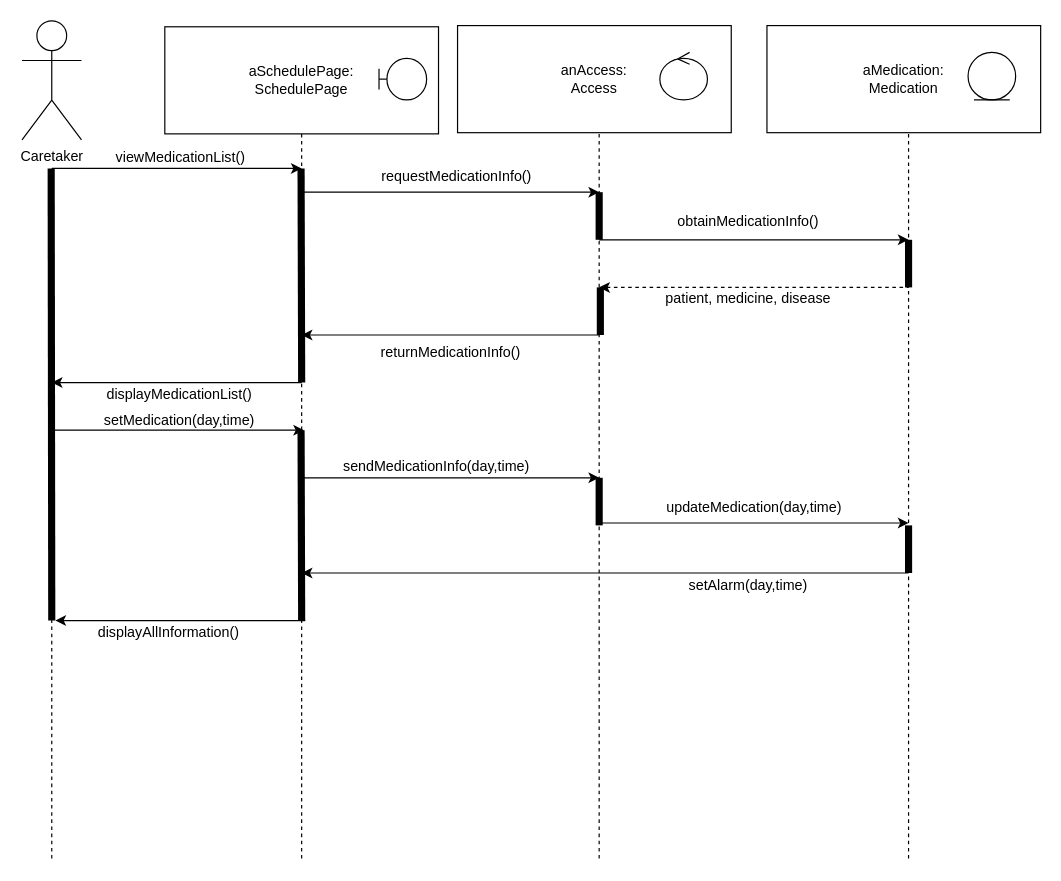
justn0thinghere/drawio keeps this draw.io diagram as wia2002tuto6q6.drawio. Above is the earlier version. Source tidied: cells renumbered, new cells numbered last; positions are measured from the earlier drawing's top-left corner, leaving out a move shared by most shapes. Both pictures are drawn from the tidied source at 119%, with x=0, y=0 at pixel (21, 20).
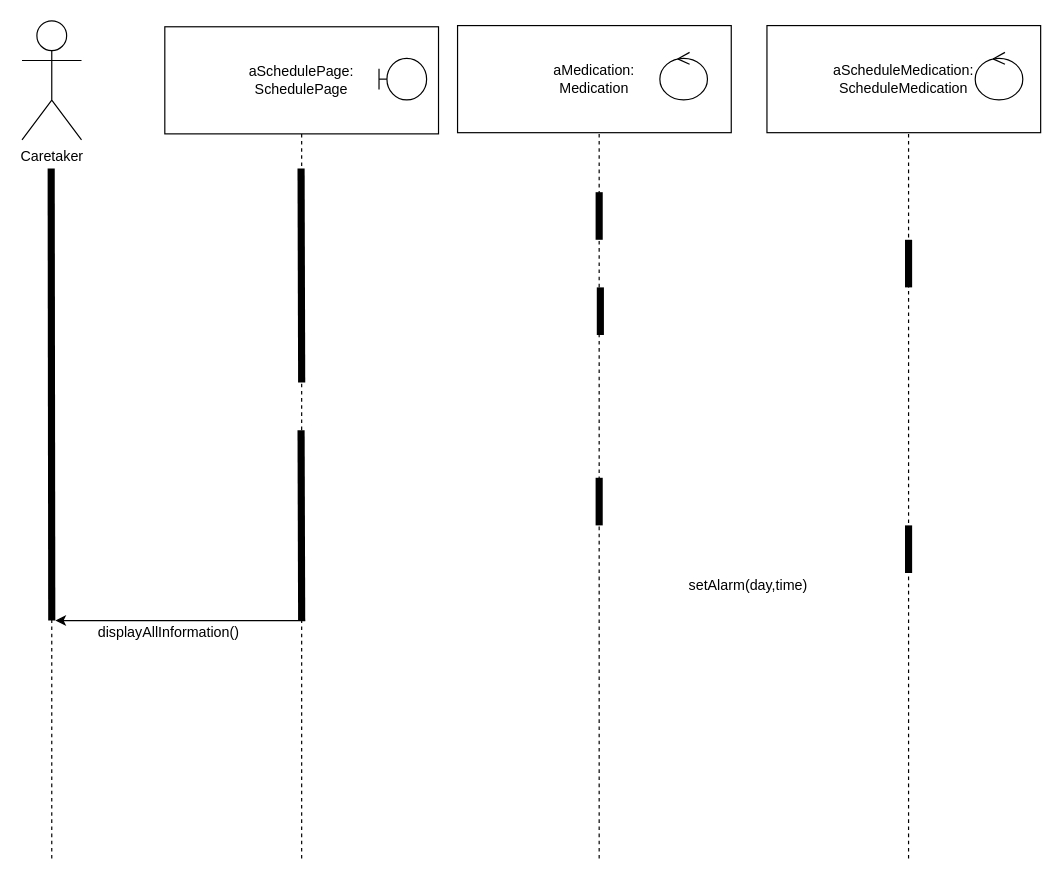
The same page after the edit.

The edit, as a diff of the source:
```diff
@@
-    <mxCell id="4" value="anAccess:&lt;div&gt;Access&lt;/div&gt;" style="html=1;whiteSpace=wrap;" parent="1" vertex="1">
+    <mxCell id="4" value="aMedication:&lt;div&gt;Medication&lt;/div&gt;" style="html=1;whiteSpace=wrap;" parent="1" vertex="1">
       <mxGeometry x="366" y="4" width="230" height="90" as="geometry" />
     </mxCell>
@@
-    <mxCell id="7" value="aMedication:&lt;div&gt;Medication&lt;/div&gt;" style="html=1;whiteSpace=wrap;" parent="1" vertex="1">
+    <mxCell id="7" value="aScheduleMedication:&lt;div&gt;ScheduleMedication&lt;/div&gt;" style="html=1;whiteSpace=wrap;" parent="1" vertex="1">
       <mxGeometry x="626" y="4" width="230" height="90" as="geometry" />
     </mxCell>
-    <mxCell id="8" style="ellipse;shape=umlEntity;whiteSpace=wrap;html=1;" parent="1" vertex="1">
-      <mxGeometry x="795" y="26.5" width="40" height="40" as="geometry" />
-    </mxCell>
@@
-    <mxCell id="15" style="endArrow=classic;html=1;rounded=0;" parent="1" edge="1">
-      <mxGeometry relative="1" as="geometry">
-        <mxPoint x="25" y="124" as="sourcePoint" />
-        <mxPoint x="235" y="124" as="targetPoint" />
-      </mxGeometry>
-    </mxCell>
-    <mxCell id="16" value="viewMedicationList()" style="text;html=1;align=center;verticalAlign=middle;strokeColor=none;fillColor=none;" parent="1" vertex="1">
-      <mxGeometry x="68" y="100" width="130" height="30" as="geometry" />
-    </mxCell>
@@
-    <mxCell id="18" style="endArrow=classic;html=1;rounded=0;" parent="1" edge="1">
-      <mxGeometry relative="1" as="geometry">
-        <mxPoint x="235" y="144" as="sourcePoint" />
-        <mxPoint x="485" y="144" as="targetPoint" />
-      </mxGeometry>
-    </mxCell>
-    <mxCell id="19" value="requestMedicationInfo()" style="text;html=1;align=center;verticalAlign=middle;strokeColor=none;fillColor=none;" parent="1" vertex="1">
-      <mxGeometry x="290" y="116" width="150" height="30" as="geometry" />
-    </mxCell>
-    <mxCell id="20" value="obtainMedicationInfo()" style="text;html=1;align=center;verticalAlign=middle;strokeColor=none;fillColor=none;" parent="1" vertex="1">
-      <mxGeometry x="540" y="154" width="140" height="30" as="geometry" />
-    </mxCell>
@@
-    <mxCell id="22" style="endArrow=classic;html=1;rounded=0;" parent="1" edge="1">
-      <mxGeometry relative="1" as="geometry">
-        <mxPoint x="485" y="184" as="sourcePoint" />
-        <mxPoint x="745" y="184" as="targetPoint" />
-      </mxGeometry>
-    </mxCell>
@@
-    <mxCell id="24" style="endArrow=none;html=1;rounded=0;endFill=0;startArrow=classic;startFill=1;dashed=1;" parent="1" edge="1">
-      <mxGeometry relative="1" as="geometry">
-        <mxPoint x="485" y="224" as="sourcePoint" />
-        <mxPoint x="745" y="224" as="targetPoint" />
-      </mxGeometry>
-    </mxCell>
-    <mxCell id="25" value="patient, medicine, disease" style="text;html=1;align=center;verticalAlign=middle;strokeColor=none;fillColor=none;" parent="1" vertex="1">
-      <mxGeometry x="530" y="219" width="160" height="30" as="geometry" />
-    </mxCell>
-    <mxCell id="26" style="endArrow=none;html=1;rounded=0;endFill=0;startArrow=classic;startFill=1;" parent="1" edge="1">
-      <mxGeometry relative="1" as="geometry">
-        <mxPoint x="235" y="264" as="sourcePoint" />
-        <mxPoint x="485" y="264" as="targetPoint" />
-      </mxGeometry>
-    </mxCell>
-    <mxCell id="27" value="returnMedicationInfo()" style="text;html=1;align=center;verticalAlign=middle;strokeColor=none;fillColor=none;" parent="1" vertex="1">
-      <mxGeometry x="290" y="264" width="140" height="30" as="geometry" />
-    </mxCell>
-    <mxCell id="28" style="endArrow=none;html=1;rounded=0;endFill=0;startArrow=classic;startFill=1;" parent="1" edge="1">
-      <mxGeometry relative="1" as="geometry">
-        <mxPoint x="25" y="304" as="sourcePoint" />
-        <mxPoint x="235" y="304" as="targetPoint" />
-      </mxGeometry>
-    </mxCell>
-    <mxCell id="29" value="displayMedicationList()" style="text;html=1;align=center;verticalAlign=middle;strokeColor=none;fillColor=none;" parent="1" vertex="1">
-      <mxGeometry x="57" y="299" width="150" height="30" as="geometry" />
-    </mxCell>
@@
-    <mxCell id="31" style="endArrow=classic;html=1;rounded=0;" parent="1" edge="1">
-      <mxGeometry relative="1" as="geometry">
-        <mxPoint x="27" y="344" as="sourcePoint" />
-        <mxPoint x="237" y="344" as="targetPoint" />
-      </mxGeometry>
-    </mxCell>
-    <mxCell id="32" value="setMedication(day,time)" style="text;html=1;align=center;verticalAlign=middle;strokeColor=none;fillColor=none;" parent="1" vertex="1">
-      <mxGeometry x="57" y="321" width="150" height="30" as="geometry" />
-    </mxCell>
@@
-    <mxCell id="34" style="endArrow=classic;html=1;rounded=0;" parent="1" edge="1">
-      <mxGeometry relative="1" as="geometry">
-        <mxPoint x="235" y="384" as="sourcePoint" />
-        <mxPoint x="485" y="384" as="targetPoint" />
-      </mxGeometry>
-    </mxCell>
-    <mxCell id="35" value="sendMedicationInfo(day,time)" style="text;html=1;align=center;verticalAlign=middle;strokeColor=none;fillColor=none;" parent="1" vertex="1">
-      <mxGeometry x="258" y="360" width="180" height="30" as="geometry" />
-    </mxCell>
-    <mxCell id="36" style="endArrow=classic;html=1;rounded=0;" parent="1" edge="1">
-      <mxGeometry relative="1" as="geometry">
-        <mxPoint x="485" y="422" as="sourcePoint" />
-        <mxPoint x="745" y="422" as="targetPoint" />
-      </mxGeometry>
-    </mxCell>
-    <mxCell id="37" value="updateMedication(day,time)" style="text;html=1;align=center;verticalAlign=middle;strokeColor=none;fillColor=none;" parent="1" vertex="1">
-      <mxGeometry x="530" y="394" width="170" height="30" as="geometry" />
-    </mxCell>
@@
-    <mxCell id="40" style="endArrow=classic;html=1;rounded=0;" parent="1" edge="1">
-      <mxGeometry relative="1" as="geometry">
-        <mxPoint x="745" y="464" as="sourcePoint" />
-        <mxPoint x="235" y="464" as="targetPoint" />
-      </mxGeometry>
-    </mxCell>
@@
+    <mxCell id="43" style="ellipse;shape=umlControl;whiteSpace=wrap;html=1;" parent="1" vertex="1">
+      <mxGeometry x="801" y="26.5" width="40" height="40" as="geometry" />
+    </mxCell>
```
